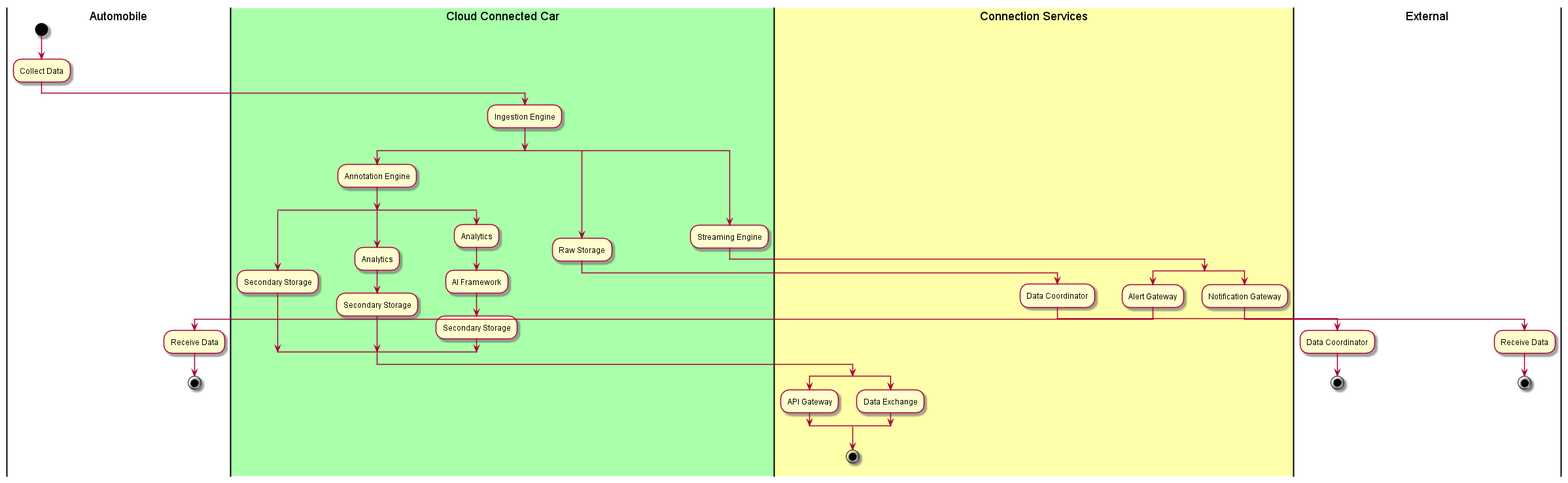
CAADE/ADC keeps this PlantUML diagram as docs/Solution/Process.png. Above is the earlier version. Source of this version:
```plantuml
@startuml

|Automobile|
start
:Collect Data;
|#aaffaa|Cloud Connected Car|
:Ingestion Engine;
split
    |Cloud Connected Car|
    :Annotation Engine;
    split
        :Secondary Storage;
    split again
        :Analytics;
        :Secondary Storage;
    split again
        :Analytics;
        :AI Framework;
        :Secondary Storage;
    split end
    split
        |Connection Services|
        :API Gateway;
    split again
        |Connection Services|
        :Data Exchange;
    split end
    stop
split again
    |Cloud Connected Car|
    :Raw Storage;
    |Connection Services|
    :Data Coordinator;
    |External|
    :Data Coordinator;
    stop
split again
    |Cloud Connected Car|
    :Streaming Engine;
    split
      |#ffffaa|Connection Services|
      :Alert Gateway;
      |Automobile|
      :Receive Data;
      stop
    split again
      |Connection Services|
      :Notification Gateway;
      |External|
      :Receive Data;
      stop
    split end
end split
@enduml
```
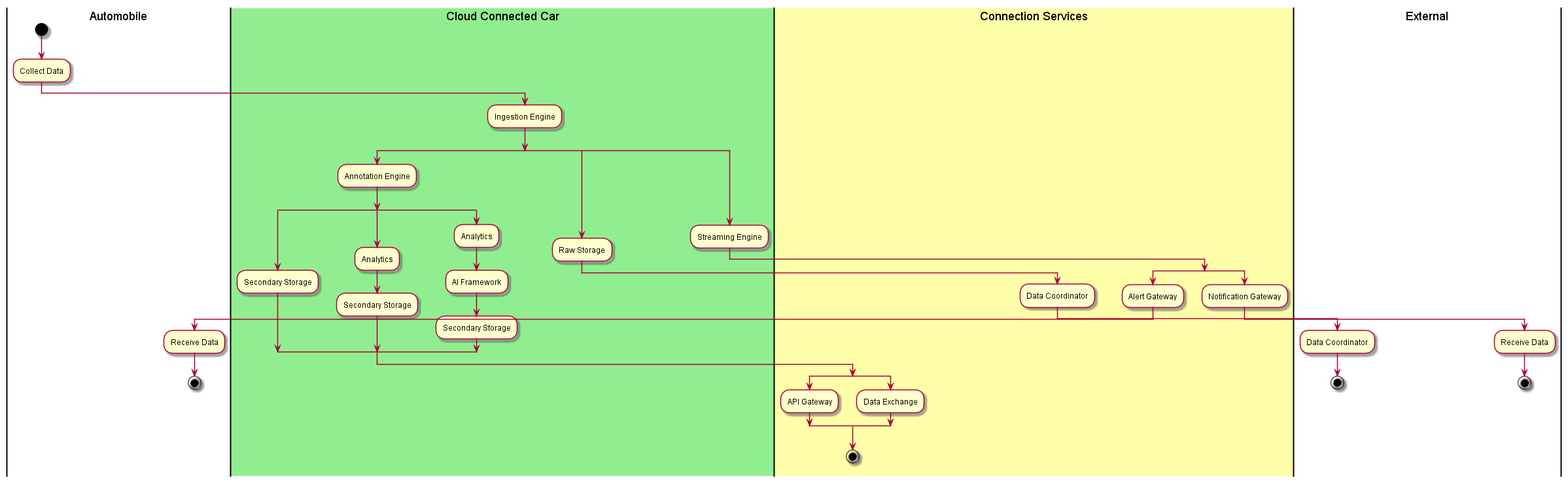
The same file after the commit.

Change to the diagram source:
```diff
@@ -3,7 +3,7 @@
 |Automobile|
 start
 :Collect Data;
-|#aaffaa|Cloud Connected Car|
+|#lightgreen|Cloud Connected Car|
 :Ingestion Engine;
 split
     |Cloud Connected Car|
```
